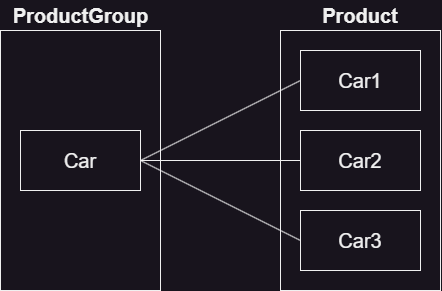
This is .hugo/content/Omusobadon_Rev_System/relation_example1.png from omusobadon/chukan-html, a draw.io export, as it was before one commit. Source tidied: cells renumbered, new cells last; positions are measured from the earlier drawing's top-left corner, leaving out a move shared by most shapes.
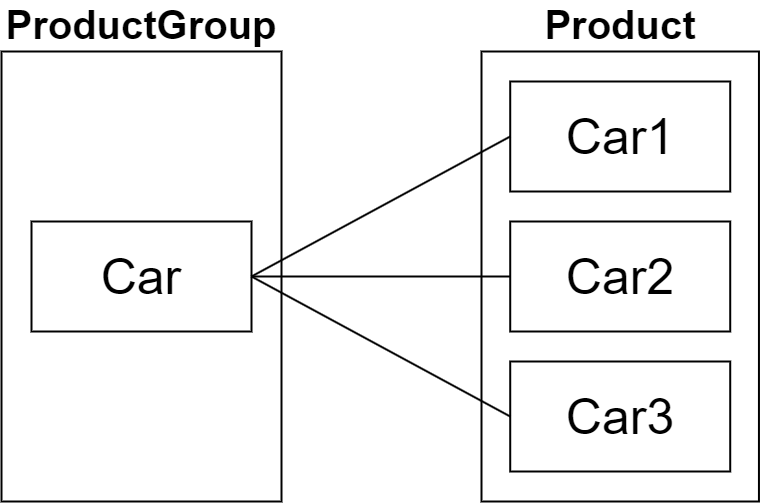
Later version of the same file.

The edit, as a diff of the source:
```diff
@@ -1,39 +1,39 @@
-<mxGraphModel>
+<mxGraphModel background="#ffffff">
   <root>
     <mxCell id="0" />
     <mxCell id="1" parent="0" />
-    <mxCell id="2" style="whiteSpace=wrap;html=1;" parent="1" vertex="1">
-      <mxGeometry x="280" y="30" width="160" height="260" as="geometry" />
+    <mxCell id="2" style="whiteSpace=wrap;html=1;fontColor=#000000;labelBackgroundColor=none;fillColor=#FFFFFF;strokeColor=#000000;strokeWidth=2;" parent="1" vertex="1">
+      <mxGeometry x="520" y="110" width="277.4" height="450" as="geometry" />
     </mxCell>
-    <mxCell id="3" style="whiteSpace=wrap;html=1;" parent="1" vertex="1">
-      <mxGeometry y="30" width="160" height="260" as="geometry" />
+    <mxCell id="3" style="whiteSpace=wrap;html=1;fontColor=#000000;labelBackgroundColor=none;fillColor=#FFFFFF;strokeColor=#000000;strokeWidth=2;" parent="1" vertex="1">
+      <mxGeometry x="40" y="110" width="280" height="450" as="geometry" />
     </mxCell>
-    <mxCell id="4" value="Car" style="rounded=0;whiteSpace=wrap;html=1;fontSize=20;" parent="1" vertex="1">
-      <mxGeometry x="20" y="130" width="120" height="60" as="geometry" />
+    <mxCell id="4" value="&lt;font style=&quot;font-size: 50px;&quot;&gt;Car&lt;/font&gt;" style="rounded=0;whiteSpace=wrap;html=1;fontSize=20;labelBackgroundColor=none;fillColor=#FFFFFF;strokeColor=#000000;strokeWidth=2;fontColor=#000000;" parent="1" vertex="1">
+      <mxGeometry x="70" y="280" width="220" height="110" as="geometry" />
     </mxCell>
-    <mxCell id="5" value="Car3" style="rounded=0;whiteSpace=wrap;html=1;fontSize=20;" parent="1" vertex="1">
-      <mxGeometry x="300" y="210" width="120" height="60" as="geometry" />
+    <mxCell id="5" value="Car3" style="rounded=0;whiteSpace=wrap;html=1;fontSize=50;labelBackgroundColor=none;fillColor=#FFFFFF;strokeColor=#000000;strokeWidth=2;fontColor=#000000;" parent="1" vertex="1">
+      <mxGeometry x="548.7" y="420" width="220" height="110" as="geometry" />
     </mxCell>
-    <mxCell id="6" value="Car2" style="rounded=0;whiteSpace=wrap;html=1;fontSize=20;" parent="1" vertex="1">
-      <mxGeometry x="300" y="130" width="120" height="60" as="geometry" />
+    <mxCell id="6" value="Car2" style="rounded=0;whiteSpace=wrap;html=1;fontSize=50;labelBackgroundColor=none;fillColor=#FFFFFF;strokeColor=#000000;strokeWidth=2;fontColor=#000000;" parent="1" vertex="1">
+      <mxGeometry x="548.7" y="280" width="220" height="110" as="geometry" />
     </mxCell>
-    <mxCell id="7" value="Car1" style="rounded=0;whiteSpace=wrap;html=1;fontSize=20;" parent="1" vertex="1">
-      <mxGeometry x="300" y="50" width="120" height="60" as="geometry" />
+    <mxCell id="7" value="Car1" style="rounded=0;whiteSpace=wrap;html=1;fontSize=50;labelBackgroundColor=none;fillColor=#FFFFFF;strokeColor=#000000;strokeWidth=2;fontColor=#000000;" parent="1" vertex="1">
+      <mxGeometry x="548.7" y="140" width="220" height="110" as="geometry" />
     </mxCell>
-    <mxCell id="8" style="endArrow=none;html=1;rounded=0;exitX=1;exitY=0.5;exitDx=0;exitDy=0;entryX=0;entryY=0.5;entryDx=0;entryDy=0;fontSize=20;" parent="1" edge="1" source="4" target="7">
+    <mxCell id="8" style="endArrow=none;html=1;rounded=0;exitX=1;exitY=0.5;exitDx=0;exitDy=0;entryX=0;entryY=0.5;entryDx=0;entryDy=0;fontSize=20;fontColor=#000000;strokeColor=#000000;strokeWidth=2;" parent="1" edge="1" source="4" target="7">
       <mxGeometry relative="1" as="geometry" />
     </mxCell>
-    <mxCell id="9" style="endArrow=none;html=1;rounded=0;exitX=1;exitY=0.5;exitDx=0;exitDy=0;entryX=0;entryY=0.5;entryDx=0;entryDy=0;fontSize=20;" parent="1" edge="1" source="4" target="6">
+    <mxCell id="9" style="endArrow=none;html=1;rounded=0;exitX=1;exitY=0.5;exitDx=0;exitDy=0;entryX=0;entryY=0.5;entryDx=0;entryDy=0;fontSize=20;fontColor=#000000;strokeColor=#000000;strokeWidth=2;" parent="1" edge="1" source="4" target="6">
       <mxGeometry relative="1" as="geometry" />
     </mxCell>
-    <mxCell id="10" style="endArrow=none;html=1;rounded=0;exitX=1;exitY=0.5;exitDx=0;exitDy=0;entryX=0;entryY=0.5;entryDx=0;entryDy=0;fontSize=20;" parent="1" edge="1" source="4" target="5">
+    <mxCell id="10" style="endArrow=none;html=1;rounded=0;exitX=1;exitY=0.5;exitDx=0;exitDy=0;entryX=0;entryY=0.5;entryDx=0;entryDy=0;fontSize=20;fontColor=#000000;strokeColor=#000000;strokeWidth=2;" parent="1" edge="1" source="4" target="5">
       <mxGeometry relative="1" as="geometry" />
     </mxCell>
-    <mxCell id="11" value="ProductGroup" style="text;html=1;strokeColor=none;fillColor=none;align=center;verticalAlign=middle;whiteSpace=wrap;rounded=0;fontStyle=1;fontSize=20;" parent="1" vertex="1">
-      <mxGeometry x="2.5" width="155" height="30" as="geometry" />
+    <mxCell id="11" value="&lt;font style=&quot;font-size: 40px;&quot;&gt;ProductGroup&lt;/font&gt;" style="text;html=1;strokeColor=none;fillColor=none;align=center;verticalAlign=middle;whiteSpace=wrap;rounded=0;fontStyle=1;fontSize=20;fontColor=#000000;" parent="1" vertex="1">
+      <mxGeometry x="40" y="58.1" width="280" height="50" as="geometry" />
     </mxCell>
-    <mxCell id="12" value="Product" style="text;html=1;strokeColor=none;fillColor=none;align=center;verticalAlign=middle;whiteSpace=wrap;rounded=0;fontStyle=1;fontSize=20;" parent="1" vertex="1">
-      <mxGeometry x="305" width="110" height="30" as="geometry" />
+    <mxCell id="12" value="&lt;font style=&quot;font-size: 40px;&quot;&gt;Product&lt;/font&gt;" style="text;html=1;strokeColor=none;fillColor=none;align=center;verticalAlign=middle;whiteSpace=wrap;rounded=0;fontStyle=1;fontSize=20;fontColor=#000000;" parent="1" vertex="1">
+      <mxGeometry x="558.7" y="58.1" width="200" height="50" as="geometry" />
     </mxCell>
   </root>
 </mxGraphModel>
```
